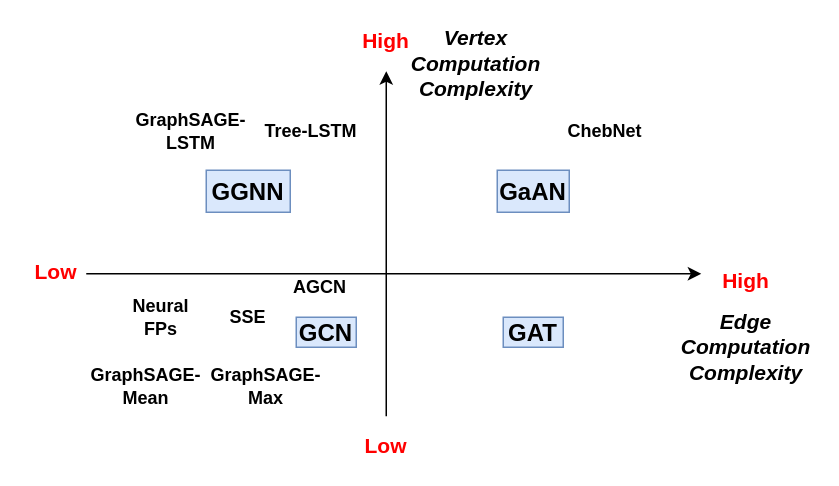
This is Manuscript/figs/illustration/GNN_complexity_quadrant.drawio from AugF/pyg-gnns, a draw.io file, before an edit. Source tidied: cells renumbered, new cells numbered last; positions are measured from the earlier drawing's top-left corner, leaving out a move shared by most shapes. Both pictures are drawn from the tidied source at 150%, with x=0, y=0 at pixel (26, 26).
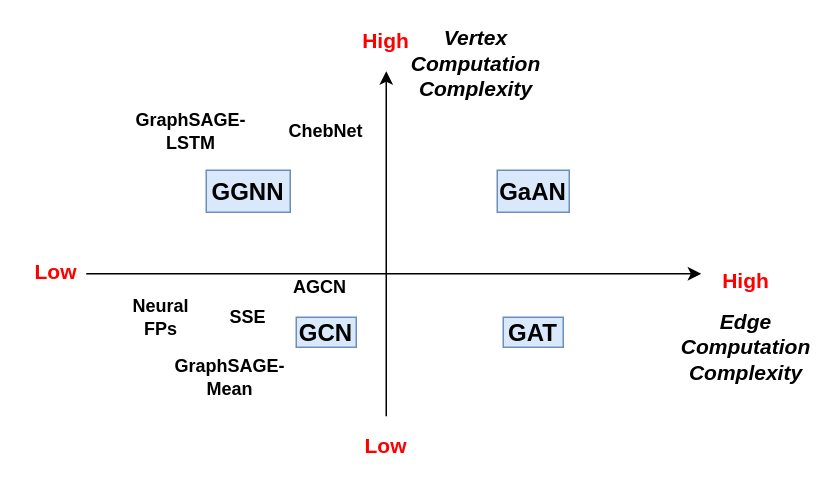
Above is the later version.

Commit message (it also covers changes not shown here):
更新了GNN_complexity_quadrant图（去除了Tree-LSTM, 点计算公式缩写不大对，太麻烦)

Diff of the diagram source:
```diff
@@
     <mxCell id="11" value="&lt;b&gt;ChebNet&lt;/b&gt;" style="text;html=1;strokeColor=none;fillColor=none;align=center;verticalAlign=middle;whiteSpace=wrap;rounded=0;fontFamily=Arial;" parent="1" vertex="1">
-      <mxGeometry x="358" y="60" width="56" height="20" as="geometry" />
+      <mxGeometry x="172" y="60" width="56" height="20" as="geometry" />
     </mxCell>
@@
-    <mxCell id="14" value="&lt;b&gt;Tree-LSTM&lt;/b&gt;" style="text;html=1;strokeColor=none;fillColor=none;align=center;verticalAlign=middle;whiteSpace=wrap;rounded=0;fontFamily=Arial;" parent="1" vertex="1">
-      <mxGeometry x="150" y="60" width="80" height="20" as="geometry" />
-    </mxCell>
@@
     <mxCell id="18" value="&lt;b&gt;GraphSAGE-Mean&lt;/b&gt;" style="text;html=1;strokeColor=none;fillColor=none;align=center;verticalAlign=middle;whiteSpace=wrap;rounded=0;fontFamily=Arial;" parent="1" vertex="1">
-      <mxGeometry x="40" y="230" width="80" height="20" as="geometry" />
+      <mxGeometry x="96" y="224" width="80" height="20" as="geometry" />
     </mxCell>
-    <mxCell id="19" value="&lt;b&gt;GraphSAGE-Max&lt;/b&gt;" style="text;html=1;strokeColor=none;fillColor=none;align=center;verticalAlign=middle;whiteSpace=wrap;rounded=0;fontFamily=Arial;" parent="1" vertex="1">
-      <mxGeometry x="120" y="230" width="80" height="20" as="geometry" />
-    </mxCell>
```
